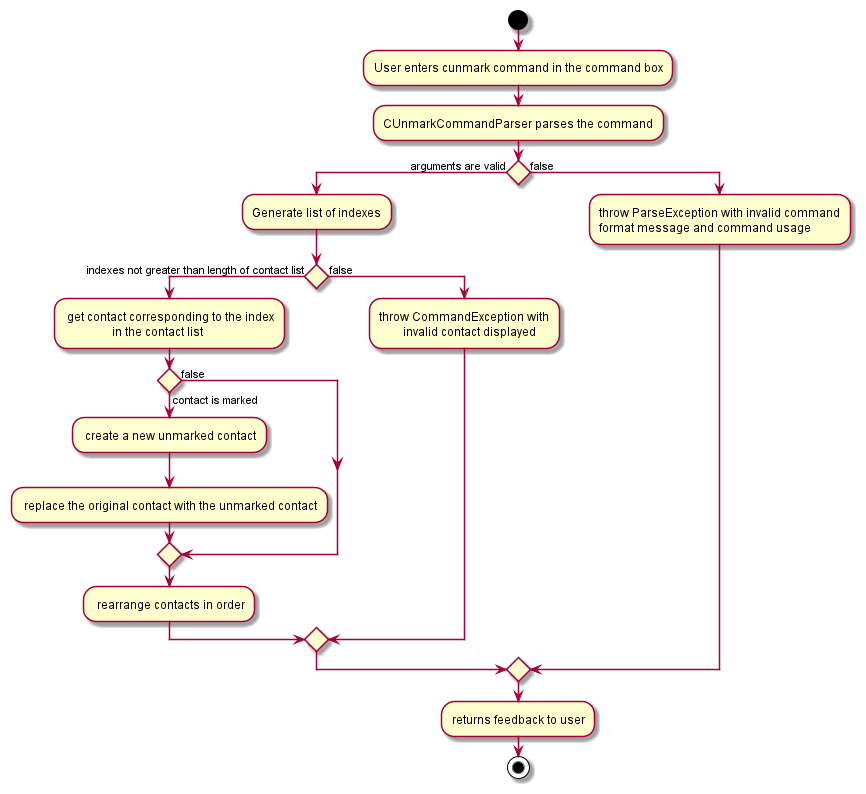
Above: docs/images/CUnmarkActivityDiagram.png in xiangjunn/tp (PlantUML), before the change.
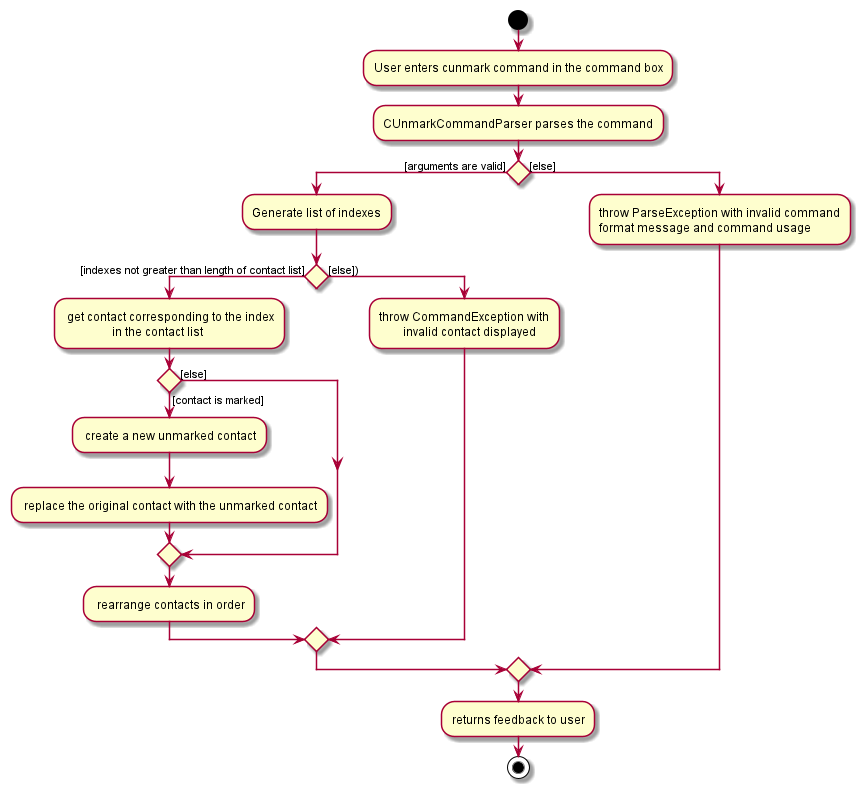
After the change.

Commit message:
update uml diagrams

The edit, as a diff of the source:
```diff
@@ -3,28 +3,28 @@
 start
 :User enters cunmark command in the command box;
 :CUnmarkCommandParser parses the command;
-if () then (arguments are valid)
+if () then ([arguments are valid])
 
     :Generate list of indexes;
 
-    if() then (indexes not greater than length of contact list)
+    if() then ([indexes not greater than length of contact list])
         : get contact corresponding to the index
                         in the contact list;
-        if() then (contact is marked)
+        if() then ([contact is marked])
             : create a new unmarked contact;
             : replace the original contact with the unmarked contact;
 
-            else (false)
+            else ([else])
             endif
 
             : rearrange contacts in order;
 
-    else (false)
+    else ([else]))
         :throw CommandException with
                 invalid contact displayed;
     endif
 
-else (false)
+else ([else])
 :throw ParseException with invalid command
 format message and command usage;
 endif
```
